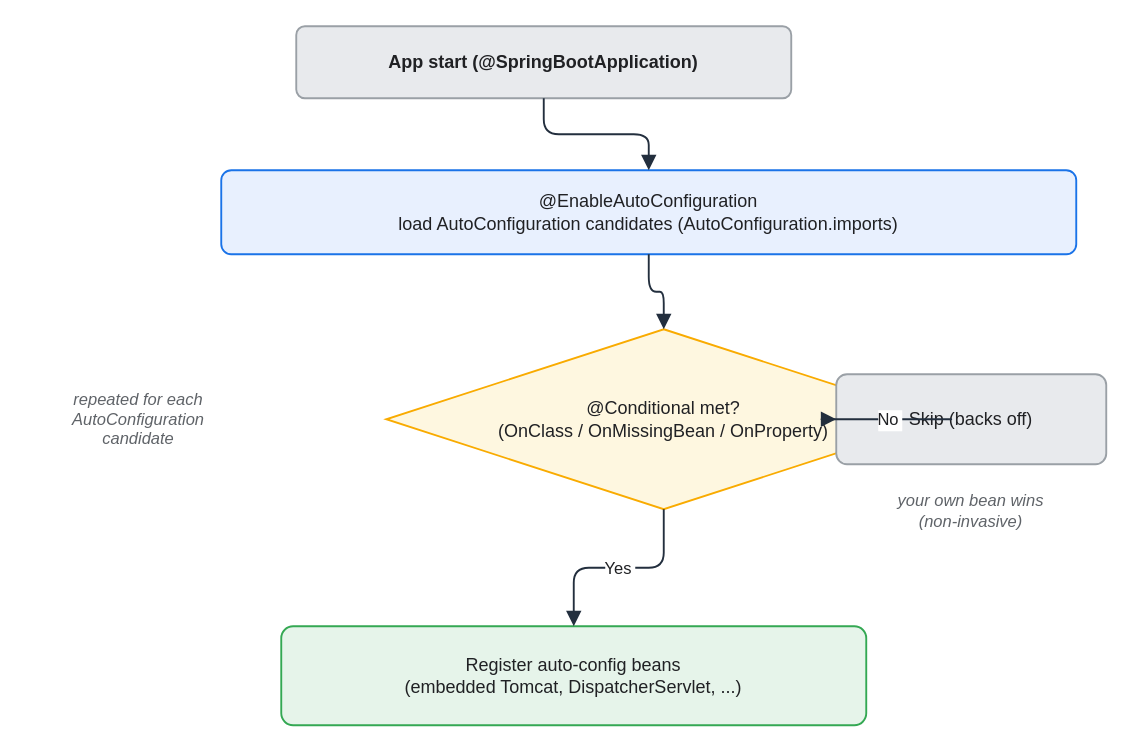
The draw.io diagram assets/img/spring/spring-07-autoconfiguration-flow.drawio in KKamJi98/kkamji98.github.io, before the edit. Source tidied: cells renumbered, new cells numbered last; positions are measured from the earlier drawing's top-left corner, leaving out a move shared by most shapes. Both pictures are drawn from the tidied source at 150%, with x=0, y=0 at pixel (26, 26).
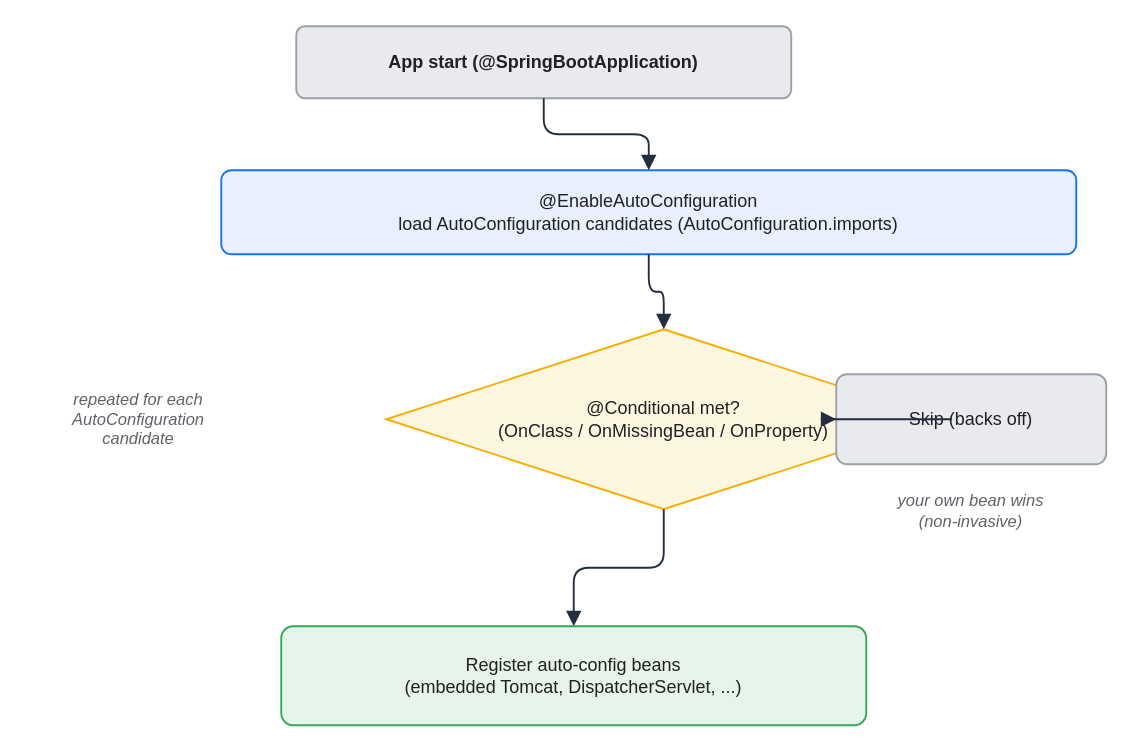
The same page after the edit.

What changed in the source:
```diff
@@
 <mxGraphModel background="#FFFFFF">
   <root>
     <mxCell id="0" />
     <mxCell id="1" parent="0" />
     <mxCell id="2" value="App start (@SpringBootApplication)" style="rounded=1;whiteSpace=wrap;html=0;arcSize=12;shadow=0;fillColor=#E8EAED;strokeColor=#9AA0A6;fontColor=#202124;fontStyle=1;strokeWidth=1.25;" parent="1" vertex="1">
       <mxGeometry x="180" width="330" height="48" as="geometry" />
     </mxCell>
     <mxCell id="3" value="@EnableAutoConfiguration&#10;load AutoConfiguration candidates (AutoConfiguration.imports)" style="rounded=1;whiteSpace=wrap;html=0;arcSize=12;shadow=0;fillColor=#E8F0FE;strokeColor=#1A73E8;fontColor=#202124;strokeWidth=1.25;" parent="1" vertex="1">
       <mxGeometry x="130" y="96" width="570" height="56" as="geometry" />
     </mxCell>
     <mxCell id="4" value="@Conditional met?&#10;(OnClass / OnMissingBean / OnProperty)" style="rhombus;whiteSpace=wrap;html=0;shadow=0;fillColor=#FEF7E0;strokeColor=#F9AB00;fontColor=#202124;strokeWidth=1.25;" parent="1" vertex="1">
       <mxGeometry x="240" y="202" width="370" height="120" as="geometry" />
     </mxCell>
     <mxCell id="5" value="Register auto-config beans&#10;(embedded Tomcat, DispatcherServlet, ...)" style="rounded=1;whiteSpace=wrap;html=0;arcSize=12;shadow=0;fillColor=#E6F4EA;strokeColor=#34A853;fontColor=#202124;strokeWidth=1.25;" parent="1" vertex="1">
       <mxGeometry x="170" y="400" width="390" height="66" as="geometry" />
     </mxCell>
     <mxCell id="6" value="Skip (backs off)" style="rounded=1;whiteSpace=wrap;html=0;arcSize=12;shadow=0;fillColor=#E8EAED;strokeColor=#9AA0A6;fontColor=#202124;strokeWidth=1.25;" parent="1" vertex="1">
       <mxGeometry x="540" y="232" width="180" height="60" as="geometry" />
     </mxCell>
     <mxCell id="7" value="repeated for each&#10;AutoConfiguration&#10;candidate" style="text;html=0;align=center;verticalAlign=middle;whiteSpace=wrap;fontSize=11;fontColor=#5F6368;fontStyle=2;" parent="1" vertex="1">
       <mxGeometry y="232" width="150" height="60" as="geometry" />
     </mxCell>
     <mxCell id="8" value="your own bean wins&#10;(non-invasive)" style="text;html=0;align=center;verticalAlign=middle;whiteSpace=wrap;fontSize=11;fontColor=#5F6368;fontStyle=2;" parent="1" vertex="1">
       <mxGeometry x="540" y="300" width="180" height="45" as="geometry" />
     </mxCell>
     <mxCell id="9" style="edgeStyle=orthogonalEdgeStyle;rounded=1;html=0;strokeColor=#232F3E;fontColor=#202124;labelBackgroundColor=none;endArrow=block;exitX=0.5;exitY=1;exitDx=0;exitDy=0;entryX=0.5;entryY=0;entryDx=0;entryDy=0;strokeWidth=1.25;endSize=7;" parent="1" edge="1" source="2" target="3">
       <mxGeometry relative="1" as="geometry" />
     </mxCell>
     <mxCell id="10" style="edgeStyle=orthogonalEdgeStyle;rounded=1;html=0;strokeColor=#232F3E;fontColor=#202124;labelBackgroundColor=none;endArrow=block;exitX=0.5;exitY=1;exitDx=0;exitDy=0;entryX=0.5;entryY=0;entryDx=0;entryDy=0;strokeWidth=1.25;endSize=7;" parent="1" edge="1" source="3" target="4">
       <mxGeometry relative="1" as="geometry" />
     </mxCell>
-    <mxCell id="11" value="Yes" style="edgeStyle=orthogonalEdgeStyle;rounded=1;html=0;fontColor=#202124;strokeColor=#232F3E;labelBackgroundColor=#FFFFFF;endArrow=block;exitX=0.5;exitY=1;exitDx=0;exitDy=0;entryX=0.5;entryY=0;entryDx=0;entryDy=0;strokeWidth=1.25;endSize=7;" parent="1" edge="1" source="4" target="5">
+    <mxCell id="11" style="edgeStyle=orthogonalEdgeStyle;rounded=1;html=0;fontColor=#202124;strokeColor=#232F3E;labelBackgroundColor=none;endArrow=block;exitX=0.5;exitY=1;exitDx=0;exitDy=0;entryX=0.5;entryY=0;entryDx=0;entryDy=0;strokeWidth=1.25;endSize=7;" parent="1" edge="1" source="4" target="5">
       <mxGeometry relative="1" as="geometry" />
     </mxCell>
-    <mxCell id="12" value="No" style="edgeStyle=orthogonalEdgeStyle;rounded=1;html=0;fontColor=#202124;strokeColor=#232F3E;labelBackgroundColor=#FFFFFF;endArrow=block;exitX=1;exitY=0.5;exitDx=0;exitDy=0;entryX=0;entryY=0.5;entryDx=0;entryDy=0;strokeWidth=1.25;endSize=7;" parent="1" edge="1" source="4" target="6">
+    <mxCell id="12" style="edgeStyle=orthogonalEdgeStyle;rounded=1;html=0;fontColor=#202124;strokeColor=#232F3E;labelBackgroundColor=none;endArrow=block;exitX=1;exitY=0.5;exitDx=0;exitDy=0;entryX=0;entryY=0.5;entryDx=0;entryDy=0;strokeWidth=1.25;endSize=7;" parent="1" edge="1" source="4" target="6">
       <mxGeometry relative="1" as="geometry" />
     </mxCell>
   </root>
 </mxGraphModel>
```
